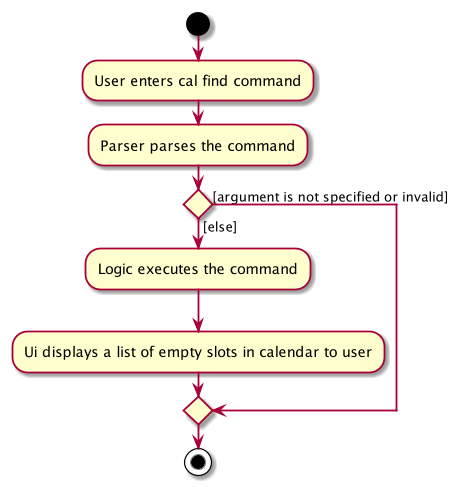
Above: docs/images/CalFindActivityDiagram.png in zixinn/main (PlantUML), before the change. Its source is kept beside it as docs/diagrams/CalFindActivityDiagram.puml.
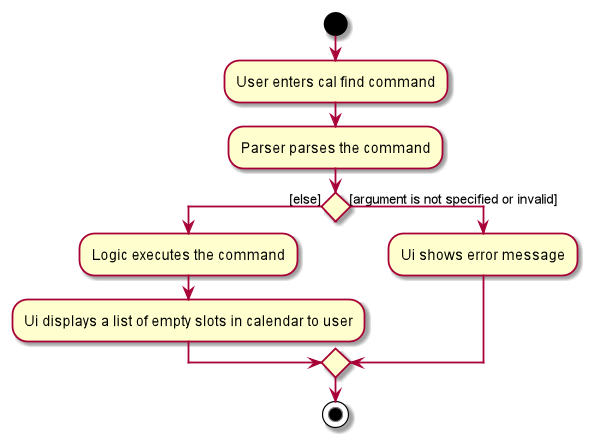
Above is the later version.

Commit message:
update activity diagram for cal

The edit, as a diff of the source:
```diff
@@ -8,6 +8,7 @@
     :Logic executes the command;
     :Ui displays a list of empty slots in calendar to user;
 else ([argument is not specified or invalid])
+    :Ui shows error message;
 endif
 stop
 @enduml
```
